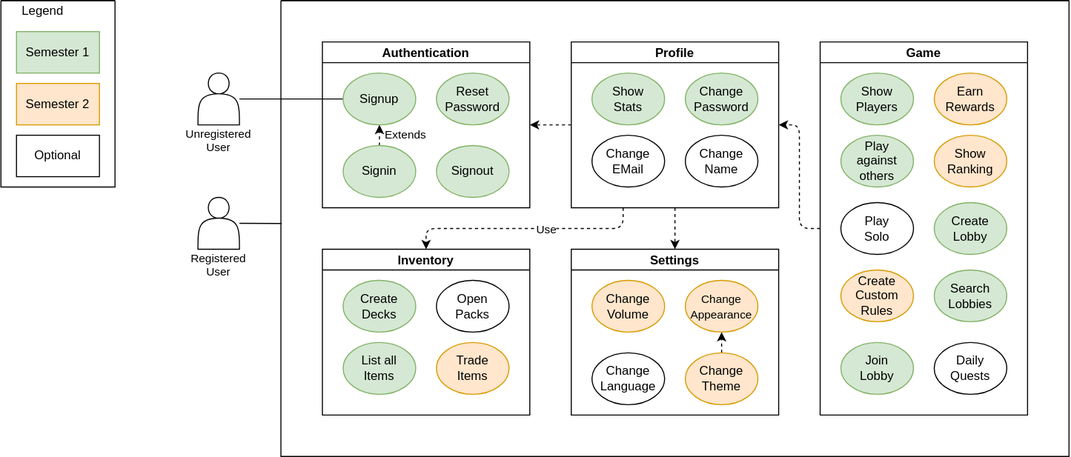
Before: diagrams/use_case_diagram.drawio.svg, a diagram exported from draw.io (i3ene/decksterous). Source tidied: cells renumbered, new cells last; positions are measured from the earlier drawing's top-left corner, leaving out a move shared by most shapes.
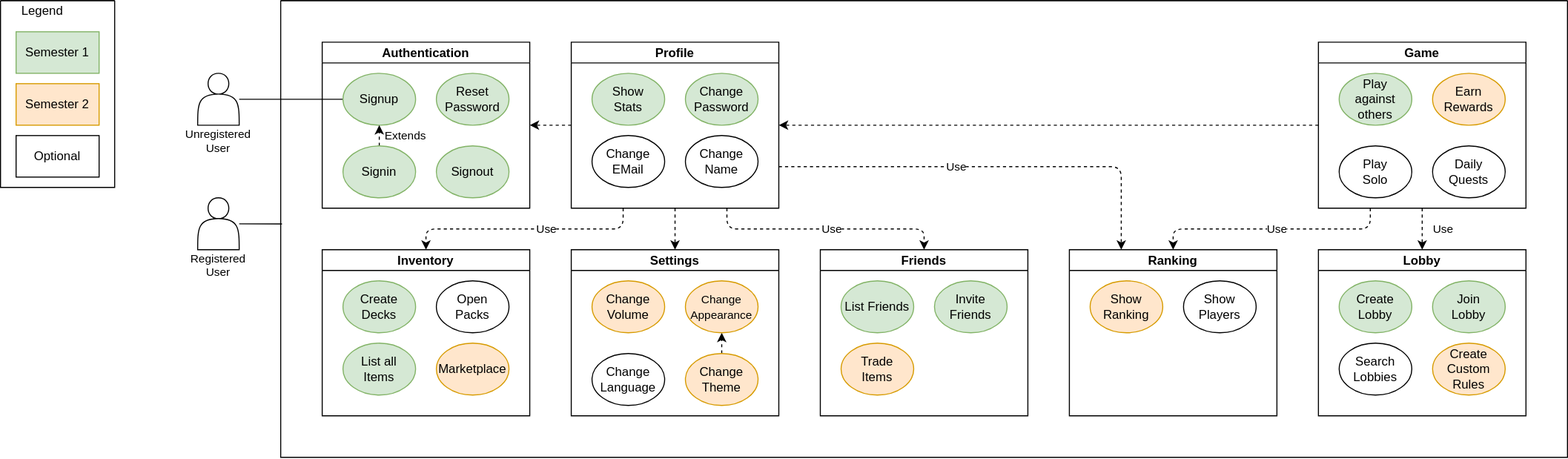
The same file after the commit.

Commit message:
Added Mockups for Friend List

What changed in the source:
```diff
@@ -15,7 +15,7 @@
       <mxGeometry relative="1" as="geometry" />
     </mxCell>
     <mxCell id="6" style="swimlane;startSize=0;" parent="1" vertex="1">
-      <mxGeometry x="270" width="760" height="440" as="geometry" />
+      <mxGeometry x="270" width="1240" height="440" as="geometry" />
     </mxCell>
     <mxCell id="7" value="Settings" style="swimlane;startSize=20;" parent="6" vertex="1">
       <mxGeometry x="280" y="240" width="200" height="160" as="geometry" />
@@ -47,9 +47,9 @@
     <mxCell id="16" value="List all&lt;br&gt;Items" style="ellipse;whiteSpace=wrap;html=1;fillColor=#d5e8d4;strokeColor=#82b366;" parent="13" vertex="1">
       <mxGeometry x="20" y="90" width="70" height="50" as="geometry" />
     </mxCell>
-    <mxCell id="17" value="Trade&lt;br&gt;Items" style="ellipse;whiteSpace=wrap;html=1;fillColor=#ffe6cc;strokeColor=#d79b00;" parent="13" vertex="1">
-      <mxGeometry x="110" y="90" width="70" height="50" as="geometry" />
-    </mxCell>
+    <mxCell id="50" value="Marketplace" style="ellipse;whiteSpace=wrap;html=1;fillColor=#ffe6cc;strokeColor=#d79b00;" parent="13" vertex="1">
+      <mxGeometry x="110" y="90" width="70" height="50" as="geometry" />
+    </mxCell>
     <mxCell id="18" value="Authentication" style="swimlane;startSize=20;" parent="6" vertex="1">
       <mxGeometry x="40" y="40" width="200" height="160" as="geometry" />
     </mxCell>
@@ -69,40 +69,27 @@
       <mxGeometry x="110" y="100" width="70" height="50" as="geometry" />
     </mxCell>
     <mxCell id="24" style="edgeStyle=orthogonalEdgeStyle;html=1;exitX=0;exitY=0.5;exitDx=0;exitDy=0;entryX=1;entryY=0.5;entryDx=0;entryDy=0;dashed=1;strokeWidth=1;" parent="6" edge="1" source="25" target="40">
-      <mxGeometry relative="1" as="geometry" />
+      <mxGeometry relative="1" as="geometry">
+        <Array as="points">
+          <mxPoint x="650" y="120" />
+          <mxPoint x="650" y="120" />
+        </Array>
+      </mxGeometry>
     </mxCell>
     <mxCell id="25" value="Game" style="swimlane;startSize=20;" parent="6" vertex="1">
-      <mxGeometry x="520" y="40" width="200" height="360" as="geometry" />
+      <mxGeometry x="1000" y="40" width="200" height="160" as="geometry" />
     </mxCell>
     <mxCell id="26" value="Play &lt;br&gt;against&lt;br&gt;others" style="ellipse;whiteSpace=wrap;html=1;fillColor=#d5e8d4;strokeColor=#82b366;" parent="25" vertex="1">
-      <mxGeometry x="20" y="90" width="70" height="50" as="geometry" />
+      <mxGeometry x="20" y="30" width="70" height="50" as="geometry" />
     </mxCell>
     <mxCell id="27" value="Earn Rewards" style="ellipse;whiteSpace=wrap;html=1;fillColor=#ffe6cc;strokeColor=#d79b00;" parent="25" vertex="1">
       <mxGeometry x="110" y="30" width="70" height="50" as="geometry" />
     </mxCell>
-    <mxCell id="28" value="Show Players" style="ellipse;whiteSpace=wrap;html=1;fillColor=#d5e8d4;strokeColor=#82b366;" parent="25" vertex="1">
-      <mxGeometry x="20" y="30" width="70" height="50" as="geometry" />
-    </mxCell>
-    <mxCell id="29" value="Show&lt;br&gt;Ranking" style="ellipse;whiteSpace=wrap;html=1;fillColor=#ffe6cc;strokeColor=#d79b00;" parent="25" vertex="1">
-      <mxGeometry x="110" y="90" width="70" height="50" as="geometry" />
-    </mxCell>
     <mxCell id="30" value="Play&lt;br&gt;Solo" style="ellipse;whiteSpace=wrap;html=1;" parent="25" vertex="1">
-      <mxGeometry x="20" y="155" width="70" height="50" as="geometry" />
+      <mxGeometry x="20" y="100" width="70" height="50" as="geometry" />
     </mxCell>
-    <mxCell id="31" value="Create&lt;br&gt;Lobby" style="ellipse;whiteSpace=wrap;html=1;fillColor=#d5e8d4;strokeColor=#82b366;" parent="25" vertex="1">
-      <mxGeometry x="110" y="155" width="70" height="50" as="geometry" />
-    </mxCell>
-    <mxCell id="32" value="Create&lt;br&gt;Custom Rules" style="ellipse;whiteSpace=wrap;html=1;fillColor=#ffe6cc;strokeColor=#d79b00;" parent="25" vertex="1">
-      <mxGeometry x="20" y="220" width="70" height="50" as="geometry" />
-    </mxCell>
-    <mxCell id="33" value="Search&lt;br&gt;Lobbies" style="ellipse;whiteSpace=wrap;html=1;fillColor=#d5e8d4;strokeColor=#82b366;" parent="25" vertex="1">
-      <mxGeometry x="110" y="220" width="70" height="50" as="geometry" />
-    </mxCell>
-    <mxCell id="34" value="Join&lt;br&gt;Lobby" style="ellipse;whiteSpace=wrap;html=1;fillColor=#d5e8d4;strokeColor=#82b366;" parent="25" vertex="1">
-      <mxGeometry x="20" y="290" width="70" height="50" as="geometry" />
-    </mxCell>
     <mxCell id="35" value="Daily&lt;br&gt;Quests" style="ellipse;whiteSpace=wrap;html=1;" parent="25" vertex="1">
-      <mxGeometry x="110" y="290" width="70" height="50" as="geometry" />
+      <mxGeometry x="110" y="100" width="70" height="50" as="geometry" />
     </mxCell>
     <mxCell id="36" style="edgeStyle=orthogonalEdgeStyle;html=1;exitX=0.25;exitY=1;exitDx=0;exitDy=0;entryX=0.5;entryY=0;entryDx=0;entryDy=0;dashed=1;strokeWidth=1;" parent="6" edge="1" source="40" target="13">
       <mxGeometry relative="1" as="geometry" />
@@ -133,6 +120,74 @@
     <mxCell id="44" value="Change&lt;br&gt;Name" style="ellipse;whiteSpace=wrap;html=1;" parent="40" vertex="1">
       <mxGeometry x="110" y="90" width="70" height="50" as="geometry" />
     </mxCell>
+    <mxCell id="51" value="Friends" style="swimlane;startSize=20;" parent="6" vertex="1">
+      <mxGeometry x="520" y="240" width="200" height="160" as="geometry" />
+    </mxCell>
+    <mxCell id="52" value="List Friends" style="ellipse;whiteSpace=wrap;html=1;fillColor=#d5e8d4;strokeColor=#82b366;" parent="51" vertex="1">
+      <mxGeometry x="20" y="30" width="70" height="50" as="geometry" />
+    </mxCell>
+    <mxCell id="53" value="Invite Friends" style="ellipse;whiteSpace=wrap;html=1;fillColor=#d5e8d4;strokeColor=#82b366;" parent="51" vertex="1">
+      <mxGeometry x="110" y="30" width="70" height="50" as="geometry" />
+    </mxCell>
+    <mxCell id="17" value="Trade&lt;br&gt;Items" style="ellipse;whiteSpace=wrap;html=1;fillColor=#ffe6cc;strokeColor=#d79b00;" parent="51" vertex="1">
+      <mxGeometry x="20" y="90" width="70" height="50" as="geometry" />
+    </mxCell>
+    <mxCell id="54" style="edgeStyle=orthogonalEdgeStyle;html=1;exitX=0.75;exitY=1;exitDx=0;exitDy=0;entryX=0.5;entryY=0;entryDx=0;entryDy=0;dashed=1;strokeWidth=1;" parent="6" edge="1" source="40" target="51">
+      <mxGeometry relative="1" as="geometry" />
+    </mxCell>
+    <mxCell id="55" value="Use" style="edgeLabel;html=1;align=center;verticalAlign=middle;" parent="54" vertex="1">
+      <mxGeometry x="-0.18" y="-3" relative="1" as="geometry">
+        <mxPoint x="26" y="-3" as="offset" />
+      </mxGeometry>
+    </mxCell>
+    <mxCell id="56" value="Lobby" style="swimlane;startSize=20;" parent="6" vertex="1">
+      <mxGeometry x="1000" y="240" width="200" height="160" as="geometry" />
+    </mxCell>
+    <mxCell id="34" value="Join&lt;br&gt;Lobby" style="ellipse;whiteSpace=wrap;html=1;fillColor=#d5e8d4;strokeColor=#82b366;" parent="56" vertex="1">
+      <mxGeometry x="110" y="30" width="70" height="50" as="geometry" />
+    </mxCell>
+    <mxCell id="31" value="Create&lt;br&gt;Lobby" style="ellipse;whiteSpace=wrap;html=1;fillColor=#d5e8d4;strokeColor=#82b366;" parent="56" vertex="1">
+      <mxGeometry x="20" y="30" width="70" height="50" as="geometry" />
+    </mxCell>
+    <mxCell id="33" value="Search&lt;br&gt;Lobbies" style="ellipse;whiteSpace=wrap;html=1;" parent="56" vertex="1">
+      <mxGeometry x="20" y="90" width="70" height="50" as="geometry" />
+    </mxCell>
+    <mxCell id="32" value="Create&lt;br&gt;Custom Rules" style="ellipse;whiteSpace=wrap;html=1;fillColor=#ffe6cc;strokeColor=#d79b00;" parent="56" vertex="1">
+      <mxGeometry x="110" y="90" width="70" height="50" as="geometry" />
+    </mxCell>
+    <mxCell id="57" value="Ranking" style="swimlane;startSize=20;" parent="6" vertex="1">
+      <mxGeometry x="760" y="240" width="200" height="160" as="geometry" />
+    </mxCell>
+    <mxCell id="29" value="Show&lt;br&gt;Ranking" style="ellipse;whiteSpace=wrap;html=1;fillColor=#ffe6cc;strokeColor=#d79b00;" parent="57" vertex="1">
+      <mxGeometry x="20" y="30" width="70" height="50" as="geometry" />
+    </mxCell>
+    <mxCell id="28" value="Show Players" style="ellipse;whiteSpace=wrap;html=1;" parent="57" vertex="1">
+      <mxGeometry x="110" y="30" width="70" height="50" as="geometry" />
+    </mxCell>
+    <mxCell id="58" style="edgeStyle=orthogonalEdgeStyle;html=1;exitX=0.5;exitY=1;exitDx=0;exitDy=0;entryX=0.5;entryY=0;entryDx=0;entryDy=0;dashed=1;strokeWidth=1;" parent="6" edge="1" source="25" target="56">
+      <mxGeometry relative="1" as="geometry" />
+    </mxCell>
+    <mxCell id="59" value="Use" style="edgeLabel;html=1;align=center;verticalAlign=middle;" parent="58" vertex="1">
+      <mxGeometry x="-0.18" y="-3" relative="1" as="geometry">
+        <mxPoint x="23" y="3" as="offset" />
+      </mxGeometry>
+    </mxCell>
+    <mxCell id="60" style="edgeStyle=orthogonalEdgeStyle;html=1;exitX=0.25;exitY=1;exitDx=0;exitDy=0;entryX=0.5;entryY=0;entryDx=0;entryDy=0;dashed=1;strokeWidth=1;" parent="6" edge="1" source="25" target="57">
+      <mxGeometry relative="1" as="geometry" />
+    </mxCell>
+    <mxCell id="61" value="Use" style="edgeLabel;html=1;align=center;verticalAlign=middle;" parent="60" vertex="1">
+      <mxGeometry x="-0.18" y="-3" relative="1" as="geometry">
+        <mxPoint x="-16" y="3" as="offset" />
+      </mxGeometry>
+    </mxCell>
+    <mxCell id="62" style="edgeStyle=orthogonalEdgeStyle;html=1;exitX=1;exitY=0.75;exitDx=0;exitDy=0;entryX=0.25;entryY=0;entryDx=0;entryDy=0;dashed=1;strokeWidth=1;" parent="6" edge="1" source="40" target="57">
+      <mxGeometry relative="1" as="geometry" />
+    </mxCell>
+    <mxCell id="63" value="Use" style="edgeLabel;html=1;align=center;verticalAlign=middle;" parent="62" vertex="1">
+      <mxGeometry x="-0.18" y="-3" relative="1" as="geometry">
+        <mxPoint x="2" y="-3" as="offset" />
+      </mxGeometry>
+    </mxCell>
     <mxCell id="45" style="swimlane;startSize=0;" parent="1" vertex="1">
       <mxGeometry width="110" height="180" as="geometry" />
     </mxCell>
```
